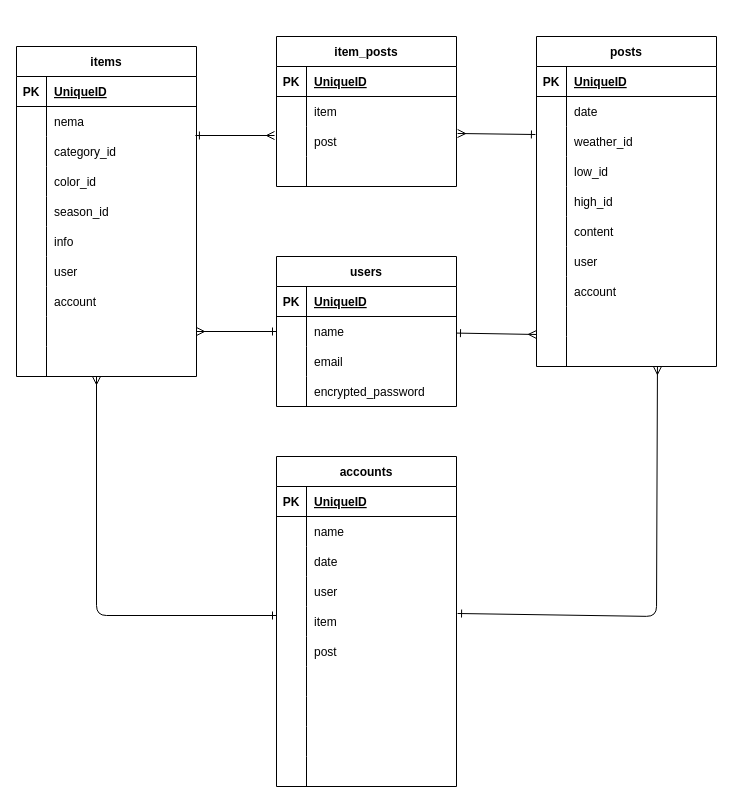
mylrella1102/closetcuration keeps this draw.io diagram as closetcuration.dio. Above is the earlier version. Source tidied: cells renumbered, new cells numbered last; positions are measured from the earlier drawing's top-left corner, leaving out a move shared by most shapes. Both pictures are drawn from the tidied source at 100%, with x=0, y=0 at pixel (16, 36).
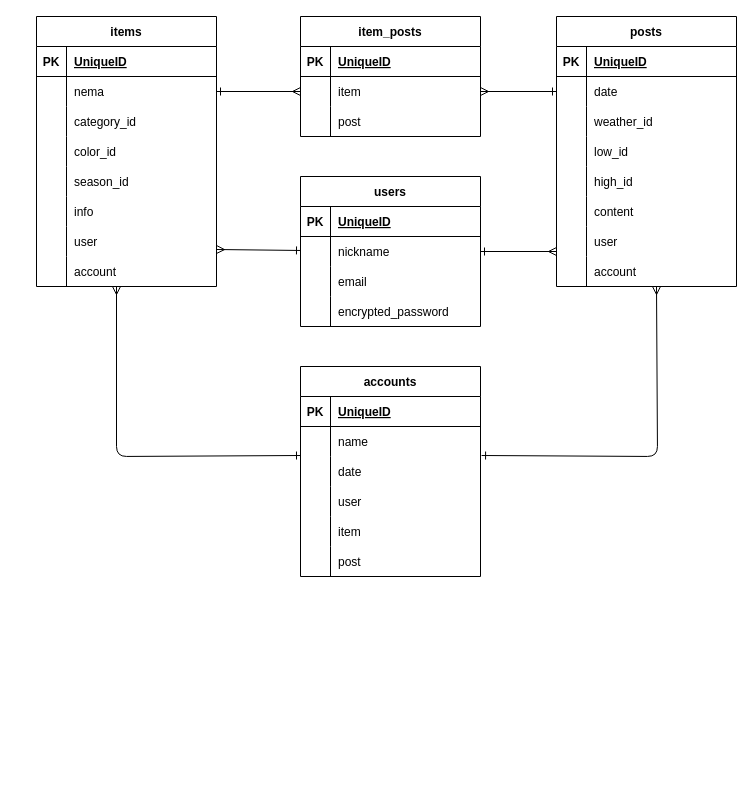
Above is the later version.

The change refers to these unchanged cells:
```xml
<mxCell id="6" style="shape=tableRow;horizontal=0;startSize=0;swimlaneHead=0;swimlaneBody=0;fillColor=none;points=[[0,0.5],[1,0.5]];portConstraint=eastwest;top=0;left=0;right=0;bottom=0;" parent="2" vertex="1">
  <mxGeometry y="60" width="180" height="30" as="geometry" />
</mxCell>
<mxCell id="22" style="shape=tableRow;horizontal=0;startSize=0;swimlaneHead=0;swimlaneBody=0;fillColor=none;points=[[0,0.5],[1,0.5]];portConstraint=eastwest;top=0;left=0;right=0;bottom=0;" parent="18" vertex="1">
  <mxGeometry y="60" width="180" height="30" as="geometry" />
</mxCell>
<mxCell id="25" style="shape=tableRow;horizontal=0;startSize=0;swimlaneHead=0;swimlaneBody=0;fillColor=none;points=[[0,0.5],[1,0.5]];portConstraint=eastwest;top=0;left=0;right=0;bottom=0;" parent="18" vertex="1">
  <mxGeometry y="90" width="180" height="30" as="geometry" />
</mxCell>
<mxCell id="54" style="shape=tableRow;horizontal=0;startSize=0;swimlaneHead=0;swimlaneBody=0;fillColor=none;points=[[0,0.5],[1,0.5]];portConstraint=eastwest;top=0;left=0;right=0;bottom=0;" parent="50" vertex="1">
  <mxGeometry y="60" width="180" height="30" as="geometry" />
</mxCell>
<mxCell id="69" style="shape=tableRow;horizontal=0;startSize=0;swimlaneHead=0;swimlaneBody=0;fillColor=none;points=[[0,0.5],[1,0.5]];portConstraint=eastwest;top=0;left=0;right=0;bottom=0;" parent="50" vertex="1">
  <mxGeometry y="210" width="180" height="30" as="geometry" />
</mxCell>
<mxCell id="85" style="shape=tableRow;horizontal=0;startSize=0;swimlaneHead=0;swimlaneBody=0;fillColor=none;points=[[0,0.5],[1,0.5]];portConstraint=eastwest;top=0;left=0;right=0;bottom=0;" parent="81" vertex="1">
  <mxGeometry y="60" width="180" height="30" as="geometry" />
</mxCell>
<mxCell id="88" style="shape=tableRow;horizontal=0;startSize=0;swimlaneHead=0;swimlaneBody=0;fillColor=none;points=[[0,0.5],[1,0.5]];portConstraint=eastwest;top=0;left=0;right=0;bottom=0;" parent="81" vertex="1">
  <mxGeometry y="90" width="180" height="30" as="geometry" />
</mxCell>
<mxCell id="102" style="shape=tableRow;horizontal=0;startSize=0;swimlaneHead=0;swimlaneBody=0;fillColor=none;points=[[0,0.5],[1,0.5]];portConstraint=eastwest;top=0;left=0;right=0;bottom=0;" parent="95" vertex="1">
  <mxGeometry y="90" width="180" height="30" as="geometry" />
</mxCell>
<mxCell id="108" style="shape=tableRow;horizontal=0;startSize=0;swimlaneHead=0;swimlaneBody=0;fillColor=none;points=[[0,0.5],[1,0.5]];portConstraint=eastwest;top=0;left=0;right=0;bottom=0;" parent="95" vertex="1">
  <mxGeometry y="150" width="180" height="30" as="geometry" />
</mxCell>
```

Change to the diagram source:
```diff
@@
     <mxCell id="2" value="users" style="shape=table;startSize=30;childLayout=tableLayout;rowLines=0;fontStyle=1;align=center;" parent="1" vertex="1">
-      <mxGeometry x="260" y="220" width="180" height="150" as="geometry" />
+      <mxGeometry x="284" y="140" width="180" height="150" as="geometry" />
     </mxCell>
@@
-    <mxCell id="8" value="name" style="shape=partialRectangle;fillColor=none;top=0;left=0;bottom=0;right=0;align=left;spacingLeft=6;overflow=hidden;" parent="6" vertex="1">
+    <mxCell id="8" value="nickname" style="shape=partialRectangle;fillColor=none;top=0;left=0;bottom=0;right=0;align=left;spacingLeft=6;overflow=hidden;" parent="6" vertex="1">
       <mxGeometry x="30" width="150" height="30" as="geometry" />
     </mxCell>
@@
-    <mxCell id="17" style="edgeStyle=none;html=1;entryX=1.006;entryY=0.233;entryDx=0;entryDy=0;entryPerimeter=0;startArrow=ERone;startFill=0;endArrow=ERmany;endFill=0;exitX=-0.006;exitY=0.267;exitDx=0;exitDy=0;exitPerimeter=0;" parent="1" edge="1" source="25" target="88">
+    <mxCell id="17" style="edgeStyle=none;html=1;entryX=1;entryY=0.5;entryDx=0;entryDy=0;startArrow=ERone;startFill=0;endArrow=ERmany;endFill=0;exitX=0;exitY=0.5;exitDx=0;exitDy=0;" parent="1" edge="1" source="22" target="85">
       <mxGeometry relative="1" as="geometry" />
     </mxCell>
     <mxCell id="18" value="posts" style="shape=table;startSize=30;childLayout=tableLayout;rowLines=0;fontStyle=1;align=center;" parent="1" vertex="1">
-      <mxGeometry x="520" width="180" height="330" as="geometry" />
+      <mxGeometry x="540" y="-20" width="180" height="270" as="geometry" />
     </mxCell>
@@
-    <mxCell id="43" style="shape=tableRow;horizontal=0;startSize=0;swimlaneHead=0;swimlaneBody=0;fillColor=none;top=0;left=0;right=0;bottom=0;" parent="18" vertex="1">
-      <mxGeometry y="270" width="180" height="30" as="geometry" />
-    </mxCell>
-    <mxCell id="44" style="shape=partialRectangle;fillColor=none;top=0;left=0;bottom=0;right=0;overflow=hidden;" parent="43" vertex="1">
-      <mxGeometry width="30" height="30" as="geometry" />
-    </mxCell>
-    <mxCell id="45" style="shape=partialRectangle;fillColor=none;top=0;left=0;bottom=0;right=0;align=left;spacingLeft=6;overflow=hidden;" parent="43" vertex="1">
-      <mxGeometry x="30" width="150" height="30" as="geometry" />
-    </mxCell>
-    <mxCell id="46" style="shape=tableRow;horizontal=0;startSize=0;swimlaneHead=0;swimlaneBody=0;fillColor=none;points=[[0,0.5],[1,0.5]];portConstraint=eastwest;top=0;left=0;right=0;bottom=0;" parent="18" vertex="1">
-      <mxGeometry y="300" width="180" height="30" as="geometry" />
-    </mxCell>
-    <mxCell id="47" style="shape=partialRectangle;fillColor=none;top=0;left=0;bottom=0;right=0;overflow=hidden;" parent="46" vertex="1">
-      <mxGeometry width="30" height="30" as="geometry" />
-    </mxCell>
-    <mxCell id="48" style="shape=partialRectangle;fillColor=none;top=0;left=0;bottom=0;right=0;align=left;spacingLeft=6;overflow=hidden;" parent="46" vertex="1">
-      <mxGeometry x="30" width="150" height="30" as="geometry" />
-    </mxCell>
-    <mxCell id="49" style="html=1;entryX=-0.011;entryY=0.3;entryDx=0;entryDy=0;entryPerimeter=0;endArrow=ERmany;endFill=0;startArrow=ERone;startFill=0;exitX=0.994;exitY=0.967;exitDx=0;exitDy=0;exitPerimeter=0;" parent="1" edge="1" source="54" target="88">
-      <mxGeometry relative="1" as="geometry">
-        <Array as="points">
-          <mxPoint x="258" y="99" />
-        </Array>
-      </mxGeometry>
+    <mxCell id="49" style="html=1;endArrow=ERmany;endFill=0;startArrow=ERone;startFill=0;exitX=1;exitY=0.5;exitDx=0;exitDy=0;entryX=0;entryY=0.5;entryDx=0;entryDy=0;" parent="1" edge="1" source="54" target="85">
+      <mxGeometry relative="1" as="geometry" />
     </mxCell>
     <mxCell id="50" value="items" style="shape=table;startSize=30;childLayout=tableLayout;rowLines=0;fontStyle=1;align=center;" parent="1" vertex="1">
-      <mxGeometry y="10" width="180" height="330" as="geometry" />
+      <mxGeometry x="20" y="-20" width="180" height="270" as="geometry" />
     </mxCell>
@@
-    <mxCell id="75" style="shape=tableRow;horizontal=0;startSize=0;swimlaneHead=0;swimlaneBody=0;fillColor=none;points=[[0,0.5],[1,0.5]];portConstraint=eastwest;top=0;left=0;right=0;bottom=0;" parent="50" vertex="1">
-      <mxGeometry y="270" width="180" height="30" as="geometry" />
-    </mxCell>
-    <mxCell id="76" style="shape=partialRectangle;fillColor=none;top=0;left=0;bottom=0;right=0;overflow=hidden;" parent="75" vertex="1">
-      <mxGeometry width="30" height="30" as="geometry" />
-    </mxCell>
-    <mxCell id="77" style="shape=partialRectangle;fillColor=none;top=0;left=0;bottom=0;right=0;align=left;spacingLeft=6;overflow=hidden;" parent="75" vertex="1">
-      <mxGeometry x="30" width="150" height="30" as="geometry" />
-    </mxCell>
-    <mxCell id="78" style="shape=tableRow;horizontal=0;startSize=0;swimlaneHead=0;swimlaneBody=0;fillColor=none;top=0;left=0;right=0;bottom=0;" parent="50" vertex="1">
-      <mxGeometry y="300" width="180" height="30" as="geometry" />
-    </mxCell>
-    <mxCell id="79" style="shape=partialRectangle;fillColor=none;top=0;left=0;bottom=0;right=0;overflow=hidden;" parent="78" vertex="1">
-      <mxGeometry width="30" height="30" as="geometry" />
-    </mxCell>
-    <mxCell id="80" style="shape=partialRectangle;fillColor=none;top=0;left=0;bottom=0;right=0;align=left;spacingLeft=6;overflow=hidden;" parent="78" vertex="1">
-      <mxGeometry x="30" width="150" height="30" as="geometry" />
-    </mxCell>
     <mxCell id="81" value="item_posts" style="shape=table;startSize=30;childLayout=tableLayout;rowLines=0;fontStyle=1;align=center;" parent="1" vertex="1">
-      <mxGeometry x="260" width="180" height="150" as="geometry" />
+      <mxGeometry x="284" y="-20" width="180" height="120" as="geometry" />
     </mxCell>
@@
-    <mxCell id="91" style="shape=tableRow;horizontal=0;startSize=0;swimlaneHead=0;swimlaneBody=0;fillColor=none;top=0;left=0;right=0;bottom=0;" parent="81" vertex="1">
-      <mxGeometry y="120" width="180" height="30" as="geometry" />
-    </mxCell>
-    <mxCell id="92" style="shape=partialRectangle;fillColor=none;top=0;left=0;bottom=0;right=0;overflow=hidden;" parent="91" vertex="1">
-      <mxGeometry width="30" height="30" as="geometry" />
-    </mxCell>
-    <mxCell id="93" style="shape=partialRectangle;fillColor=none;top=0;left=0;bottom=0;right=0;align=left;spacingLeft=6;overflow=hidden;" parent="91" vertex="1">
-      <mxGeometry x="30" width="150" height="30" as="geometry" />
-    </mxCell>
-    <mxCell id="94" style="edgeStyle=none;html=1;startArrow=ERone;startFill=0;endArrow=ERmany;endFill=0;exitX=1.006;exitY=0.233;exitDx=0;exitDy=0;exitPerimeter=0;entryX=0.672;entryY=1;entryDx=0;entryDy=0;entryPerimeter=0;" parent="1" edge="1" source="108" target="46">
+    <mxCell id="94" style="edgeStyle=none;html=1;startArrow=ERone;startFill=0;endArrow=ERmany;endFill=0;exitX=1.006;exitY=-0.033;exitDx=0;exitDy=0;exitPerimeter=0;" parent="1" edge="1" source="102">
       <mxGeometry relative="1" as="geometry">
+        <mxPoint x="640" y="250" as="targetPoint" />
         <Array as="points">
-          <mxPoint x="640" y="580" />
+          <mxPoint x="641" y="420" />
         </Array>
       </mxGeometry>
     </mxCell>
     <mxCell id="95" value="accounts" style="shape=table;startSize=30;childLayout=tableLayout;rowLines=0;fontStyle=1;align=center;" parent="1" vertex="1">
-      <mxGeometry x="260" y="420" width="180" height="330" as="geometry" />
+      <mxGeometry x="284" y="330" width="180" height="210" as="geometry" />
     </mxCell>
@@
-    <mxCell id="114" style="shape=tableRow;horizontal=0;startSize=0;swimlaneHead=0;swimlaneBody=0;fillColor=none;top=0;left=0;right=0;bottom=0;" parent="95" vertex="1">
-      <mxGeometry y="210" width="180" height="30" as="geometry" />
-    </mxCell>
-    <mxCell id="115" style="shape=partialRectangle;fillColor=none;top=0;left=0;bottom=0;right=0;overflow=hidden;" parent="114" vertex="1">
-      <mxGeometry width="30" height="30" as="geometry" />
-    </mxCell>
-    <mxCell id="116" style="shape=partialRectangle;fillColor=none;top=0;left=0;bottom=0;right=0;align=left;spacingLeft=6;overflow=hidden;" parent="114" vertex="1">
-      <mxGeometry x="30" width="150" height="30" as="geometry" />
-    </mxCell>
-    <mxCell id="117" style="shape=tableRow;horizontal=0;startSize=0;swimlaneHead=0;swimlaneBody=0;fillColor=none;top=0;left=0;right=0;bottom=0;" parent="95" vertex="1">
-      <mxGeometry y="240" width="180" height="30" as="geometry" />
-    </mxCell>
-    <mxCell id="118" style="shape=partialRectangle;fillColor=none;top=0;left=0;bottom=0;right=0;overflow=hidden;" parent="117" vertex="1">
-      <mxGeometry width="30" height="30" as="geometry" />
-    </mxCell>
-    <mxCell id="119" style="shape=partialRectangle;fillColor=none;top=0;left=0;bottom=0;right=0;align=left;spacingLeft=6;overflow=hidden;" parent="117" vertex="1">
-      <mxGeometry x="30" width="150" height="30" as="geometry" />
-    </mxCell>
-    <mxCell id="120" style="shape=tableRow;horizontal=0;startSize=0;swimlaneHead=0;swimlaneBody=0;fillColor=none;top=0;left=0;right=0;bottom=0;" parent="95" vertex="1">
-      <mxGeometry y="270" width="180" height="30" as="geometry" />
-    </mxCell>
-    <mxCell id="121" style="shape=partialRectangle;fillColor=none;top=0;left=0;bottom=0;right=0;overflow=hidden;" parent="120" vertex="1">
-      <mxGeometry width="30" height="30" as="geometry" />
-    </mxCell>
-    <mxCell id="122" style="shape=partialRectangle;fillColor=none;top=0;left=0;bottom=0;right=0;align=left;spacingLeft=6;overflow=hidden;" parent="120" vertex="1">
-      <mxGeometry x="30" width="150" height="30" as="geometry" />
-    </mxCell>
-    <mxCell id="123" style="shape=tableRow;horizontal=0;startSize=0;swimlaneHead=0;swimlaneBody=0;fillColor=none;top=0;left=0;right=0;bottom=0;" parent="95" vertex="1">
-      <mxGeometry y="300" width="180" height="30" as="geometry" />
-    </mxCell>
-    <mxCell id="124" style="shape=partialRectangle;fillColor=none;top=0;left=0;bottom=0;right=0;overflow=hidden;" parent="123" vertex="1">
-      <mxGeometry width="30" height="30" as="geometry" />
-    </mxCell>
-    <mxCell id="125" style="shape=partialRectangle;fillColor=none;top=0;left=0;bottom=0;right=0;align=left;spacingLeft=6;overflow=hidden;" parent="123" vertex="1">
-      <mxGeometry x="30" width="150" height="30" as="geometry" />
-    </mxCell>
-    <mxCell id="126" style="edgeStyle=none;html=1;entryX=0;entryY=-0.067;entryDx=0;entryDy=0;entryPerimeter=0;startArrow=ERone;startFill=0;endArrow=ERmany;endFill=0;" parent="1" edge="1" source="6" target="46">
-      <mxGeometry relative="1" as="geometry" />
+    <mxCell id="126" style="edgeStyle=none;html=1;startArrow=ERone;startFill=0;endArrow=ERmany;endFill=0;exitX=1;exitY=0.5;exitDx=0;exitDy=0;" parent="1" edge="1" source="6">
+      <mxGeometry relative="1" as="geometry">
+        <mxPoint x="540" y="215" as="targetPoint" />
+      </mxGeometry>
     </mxCell>
-    <mxCell id="127" style="edgeStyle=none;html=1;entryX=1;entryY=0.5;entryDx=0;entryDy=0;startArrow=ERone;startFill=0;endArrow=ERmany;endFill=0;" parent="1" edge="1" source="6" target="75">
+    <mxCell id="127" style="edgeStyle=none;html=1;entryX=1;entryY=0.767;entryDx=0;entryDy=0;startArrow=ERone;startFill=0;endArrow=ERmany;endFill=0;entryPerimeter=0;" parent="1" edge="1" source="6" target="69">
       <mxGeometry relative="1" as="geometry" />
     </mxCell>
-    <mxCell id="128" style="edgeStyle=none;html=1;exitX=0;exitY=0.3;exitDx=0;exitDy=0;startArrow=ERone;startFill=0;endArrow=ERmany;endFill=0;exitPerimeter=0;" parent="1" edge="1" source="108">
+    <mxCell id="128" style="edgeStyle=none;html=1;exitX=0;exitY=-0.033;exitDx=0;exitDy=0;startArrow=ERone;startFill=0;endArrow=ERmany;endFill=0;exitPerimeter=0;" parent="1" edge="1" source="102">
       <mxGeometry relative="1" as="geometry">
-        <mxPoint x="80" y="340" as="targetPoint" />
+        <mxPoint x="100" y="250" as="targetPoint" />
         <Array as="points">
-          <mxPoint x="80" y="579" />
+          <mxPoint x="100" y="420" />
         </Array>
       </mxGeometry>
     </mxCell>
```
